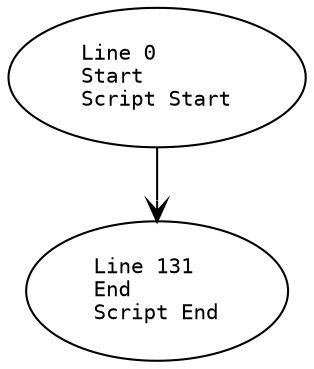
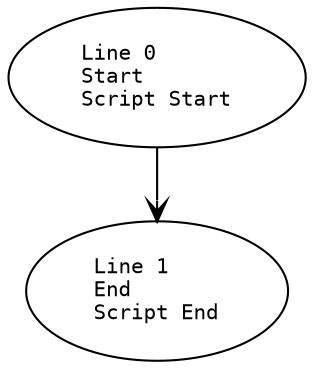
digraph G {
    rankdir=TB;
    node [
        fontname="Consolas"
        shape=box
        width=0
        height=0
        margin="0.2,0.1"
        fontsize=10
    ];
    edge [fontname="Arial", arrowhead=vee, fontsize=9];

    // Nodes
    1 [label="Line 0\lStart\lScript Start", shape=oval];
-     2 [label="Line 131\lEnd\lScript End", shape=oval];
+     2 [label="Line 1\lEnd\lScript End", shape=oval];

    // Edges
    1 -> 2;
}